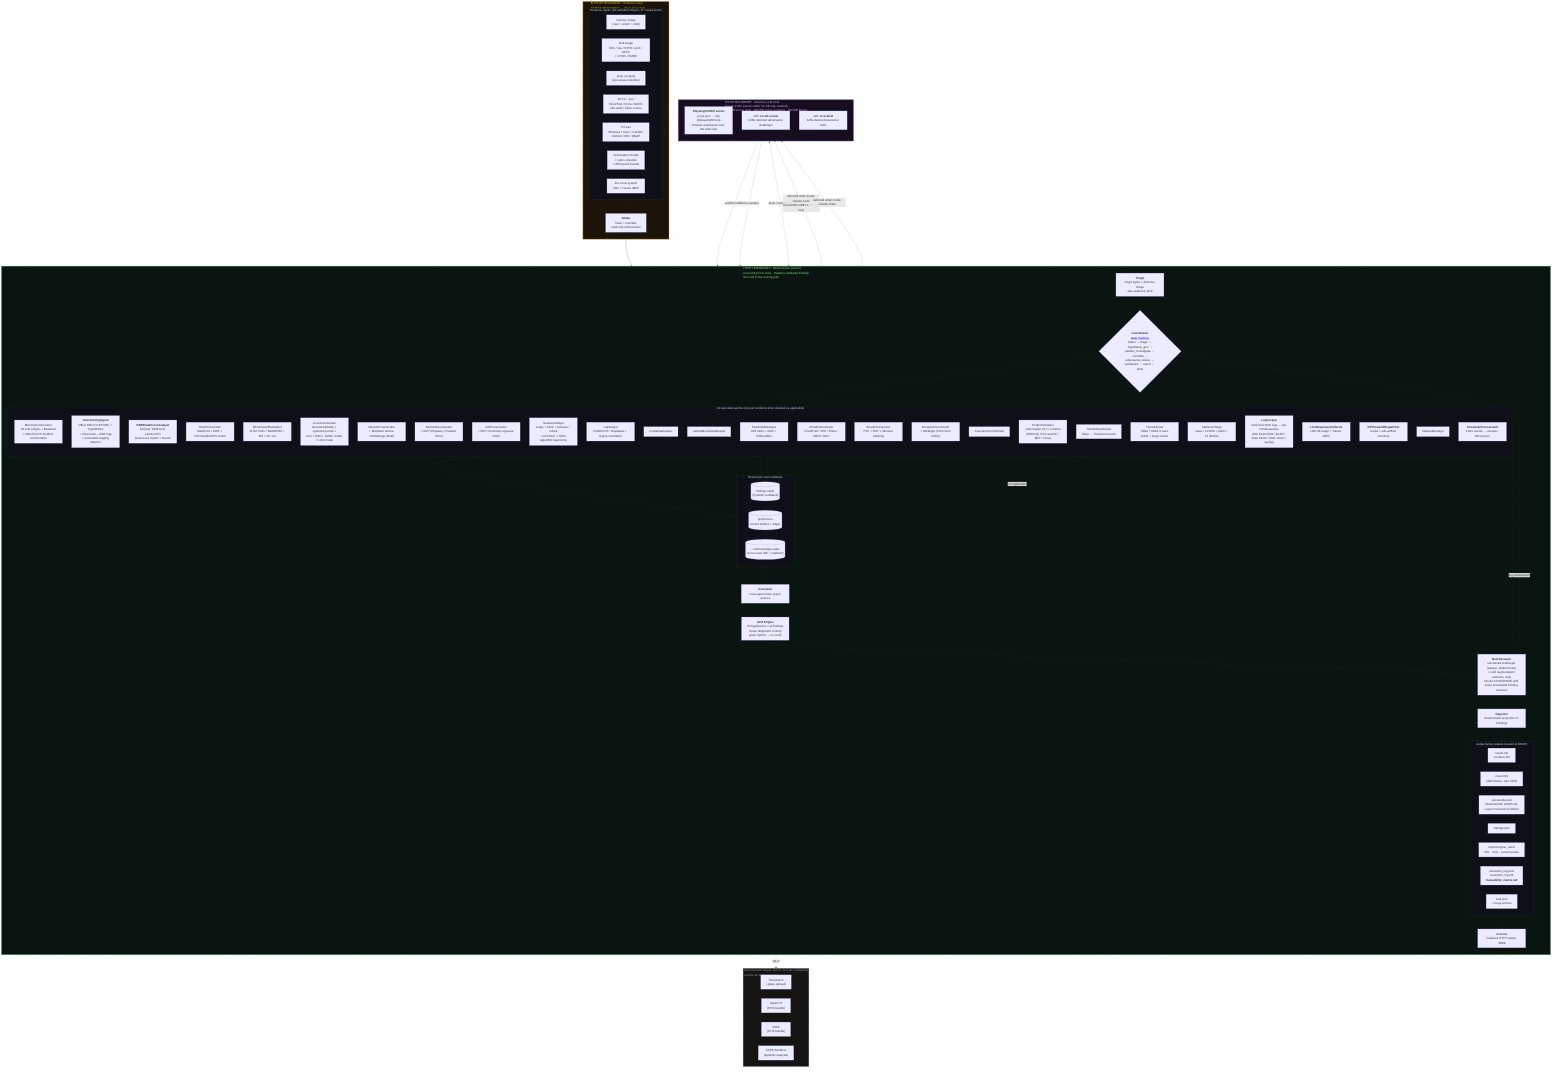
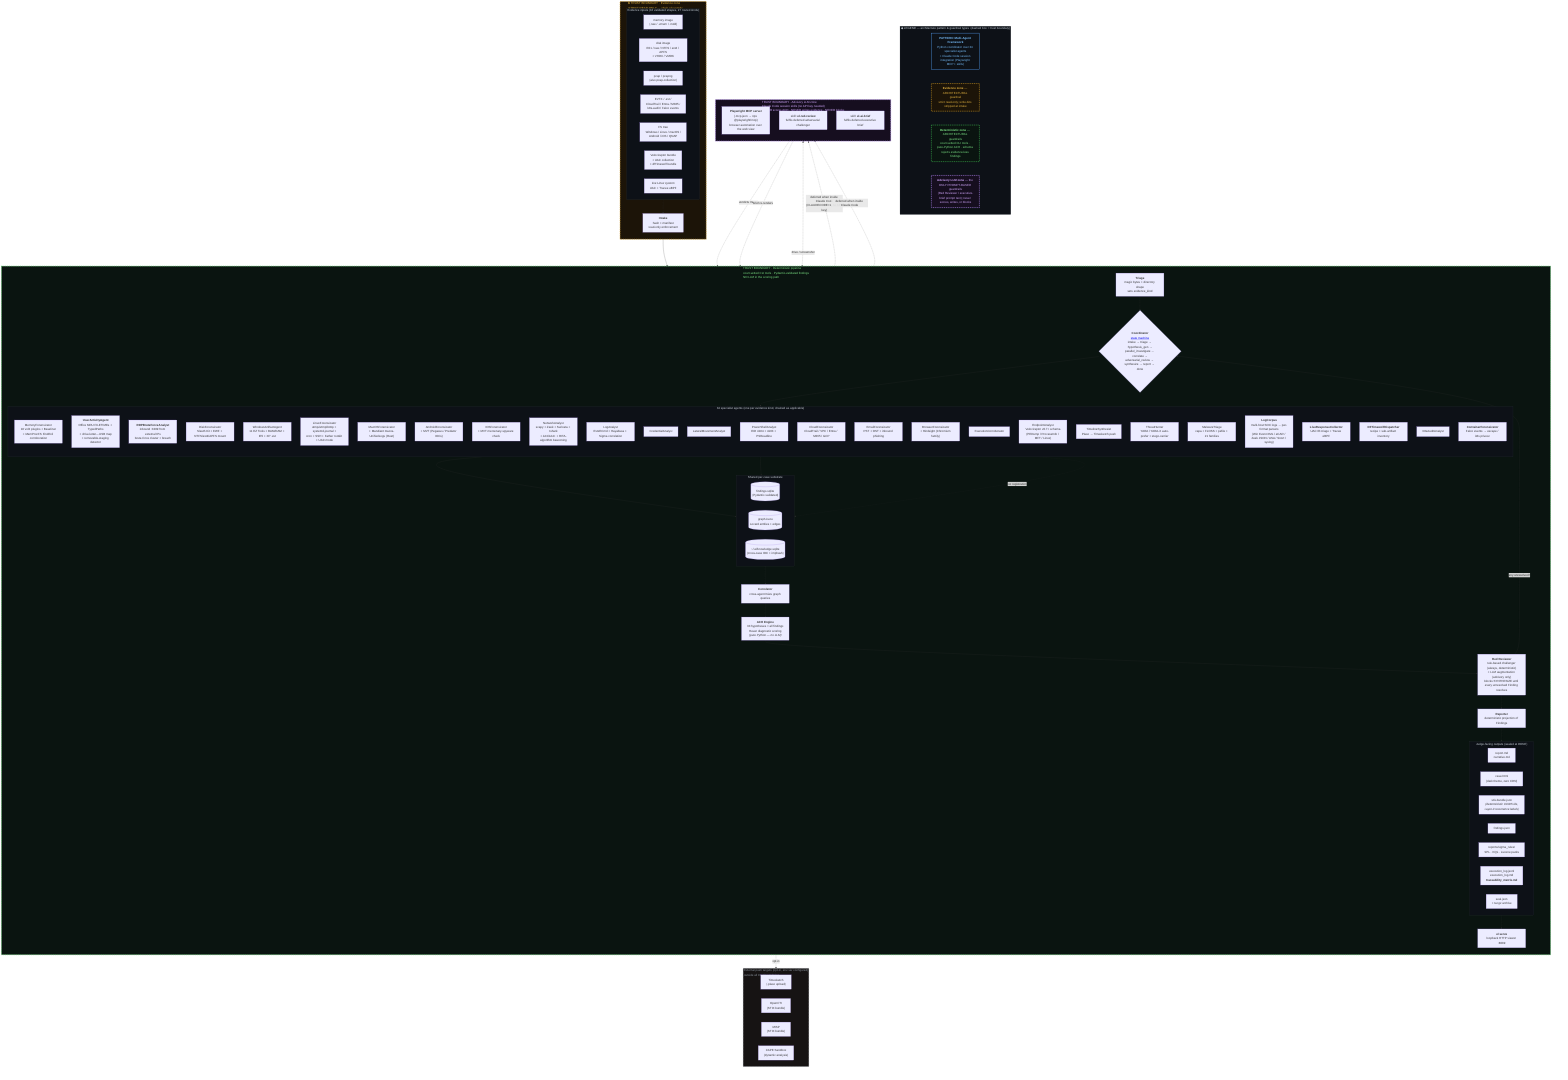
flowchart TB
    %% ============ ARCHITECTURAL TRUST BOUNDARIES (dashed boxes) ============
    %% Crossing a dashed border = crossing a trust boundary.
    %% These are ARCHITECTURAL guardrails enforced in code (intake strips
    %% write-bits; ACH is pure Python; the LLM never scores/writes/blocks),
    %% NOT prompt-text guardrails.
+ 
+     subgraph LEGEND["◆ LEGEND — architecture pattern &amp; guardrail types &nbsp;(dashed box = trust boundary)"]
+         direction TB
+         L_PAT["<b>PATTERN: Multi-Agent Framework</b><br/>Python coordinator over 34 specialist agents<br/>+ Claude Code session integration (Playwright MCP + skills)"]
+         L_EVID["<b>Evidence zone</b> — ARCHITECTURAL guardrail<br/>strict read-only; write-bits stripped at intake"]
+         L_DET["<b>Deterministic zone</b> — ARCHITECTURAL guardrails<br/>court-vetted CLI tools · pure-Python ACH · schema rejects evidence-less findings"]
+         L_LLM["<b>Advisory LLM zone</b> — the ONLY PROMPT-BASED guardrails<br/>(Red Reviewer / executive-brief prompt text); never scores, writes, or blocks"]
+         L_PAT ~~~ L_EVID ~~~ L_DET ~~~ L_LLM
+     end

    subgraph ZONE_EVID["🔒 TRUST BOUNDARY · Evidence zone<br/>STRICT READ-ONLY — chain of custody<br/>(write-bits stripped at intake; originals never modified)"]
        direction TB
        subgraph INPUTS["Evidence inputs (16 validated shapes, 27 routed kinds)"]
            direction LR
            IN_MEM["memory image<br/>(.raw / .vmem / .mdd)"]
            IN_DISK["disk image<br/>E01 / raw / NTFS / ext4 / APFS<br/>+ VHDX / VMDK"]
            IN_PCAP["pcap / pcapng<br/>(also pcap-collection)"]
            IN_LOG["EVTX / .evt /<br/>CloudTrail / Entra / M365 /<br/>k8s-audit / Falco events"]
            IN_FS["FS tree<br/>Windows / Linux / macOS /<br/>Android / iOS / QNAP"]
            IN_VELO["Velociraptor bundle<br/>+ UAC collection<br/>+ dfTimewolf bundle"]
            IN_LIVE["<i>live Linux system</i><br/>UAC + Tracee eBPF"]
        end
        INTAKE["<b>Intake</b><br/>hash + manifest<br/>read-only enforcement"]
        INPUTS --> INTAKE
    end

    subgraph ZONE_DET["TRUST BOUNDARY · Deterministic pipeline<br/>court-vetted CLI tools · Pydantic-validated findings<br/>NO LLM in the scoring path"]
        direction TB
        TRIAGE["<b>Triage</b><br/>magic bytes + directory shape<br/>sets evidence_kind"]
        COORD{"<b>Coordinator</b><br/><a href='docs/state-machine.md'>state machine</a><br/>intake → triage → hypothesis_gen →<br/>parallel_investigate → correlate →<br/>adversarial_review → synthesize → report → done"}
        TRIAGE --> COORD

        subgraph AGENTS["34 specialist agents (one per evidence kind, chained as applicable)"]
            direction TB
            A_MEM["MemoryForensicator<br/>18 vol3 plugins + Baseliner<br/>+ MemProcFS FindEvil corroboration"]
            A_USR["<b>UserActivityAgent</b><br/>Office MRU FILETIMEs + TypedPaths<br/>+ drive-letter↔USB map<br/>+ removable-staging detector"]
            A_RDP["<b>RDPBruteForceAnalyst</b><br/>inbound :3389 from external IPs<br/>brute-force cluster + breach"]
            A_DISK["DiskForensicator<br/>Sleuth Kit + EWF + NTFS/ext4/APFS mount"]
            A_WIN["WindowsArtifactAgent<br/>11 EZ Tools + BAM/DAM + IE5 + XP .evt"]
            A_LIN["LinuxForensicator<br/>utmp/wtmp/btmp + systemd-journal +<br/>cron + SSH + Father rootkit + UAC mode"]
            A_MAC["MacOSForensicator<br/>+ Mandiant macos-UnifiedLogs (Rust)"]
            A_AND["AndroidForensicator<br/>+ MVT (Pegasus / Predator IOCs)"]
            A_IOS["IOSForensicator<br/>+ MVT mercenary-spyware check"]
            A_NET["NetworkAnalyst<br/>scapy + Zeek + Suricata + tshark<br/>+ JA3/JA4+ + RITA-algorithm beaconing"]
            A_LOG["LogAnalyst<br/>EvtxECmd + Hayabusa + Sigma correlation"]
            A_CRED["CredentialAnalyst"]
            A_LAT["LateralMovementAnalyst"]
            A_PS["PowerShellAnalyst<br/>EID 4104 + 4103 + PSReadline"]
            A_CLOUD["CloudForensicator<br/>CloudTrail / VPC / Entra / M365 / GCP"]
            A_MAIL["EmailForensicator<br/>PST + OST + inbound phishing"]
            A_BROWSE["BrowserForensicator<br/>+ Hindsight (Chromium family)"]
            A_EXEC["ExecutionCorroborator"]
            A_ENDP["EndpointAnalyst<br/>Velociraptor v0.7+ schema<br/>(PEDump / ProcessInfo / MFT / Linux)"]
            A_TIME["TimelineSynthesist<br/>Plaso → Timesketch push"]
            A_HUNT["ThreatHunter<br/>YARA / YARA-X auto-prefer + stego-carrier"]
            A_MAL["MalwareTriage<br/>capa + FLOSS + pefile + 21 families"]
            A_LOGC["<b>LogCorpus</b><br/>multi-host SOC logs → per-format parsers<br/>(Win Event XML / eCAR / Zeek JSON / ASA / Snort / syslog)"]
            A_LIVE["<b>LiveResponseCollector</b><br/>UAC IR-triage + Tracee eBPF"]
            A_DFTW["<b>DFTimewolfDispatcher</b><br/>recipe + sub-artifact inventory"]
            A_K8S["K8sAuditAnalyst"]
            A_CONT["<b>ContainerForensicator</b><br/>Falco events → escape / k8s privesc"]
        end
        COORD --> AGENTS

        subgraph SHARED["Shared per-case substrate"]
            direction LR
            LEDGER[("findings.sqlite<br/>(Pydantic-validated)")]
            GRAPH[("graph.kuzu<br/>Locard entities + edges")]
            KNOW[("~/.el/knowledge.sqlite<br/>(cross-case IOC + imphash)")]
        end
        AGENTS --> LEDGER
        AGENTS --> GRAPH
        AGENTS -. ioc registration .-> KNOW

        CORR["<b>Correlator</b><br/>cross-agent Kùzu graph queries"]
        ACH["<b>ACH Engine</b><br/>33 hypotheses × all findings<br/>Heuer diagnostic scoring<br/><i>(pure Python — no LLM)</i>"]
        RED["<b>Red Reviewer</b><br/>rule-based challenger (always, deterministic)<br/>+ LLM augmentation (advisory only)<br/>blocks SYNTHESIZE until every unresolved Finding resolves"]
        LEDGER --> CORR --> ACH --> RED
        RED -- "any unresolved?" --> COORD

        REPORT["<b>Reporter</b><br/>deterministic projection of Findings"]
        RED --> REPORT

        subgraph OUT["Judge-facing outputs (sealed at DONE)"]
            direction LR
            O_MD["report.md<br/>narrative.md"]
            O_HTML["case.html<br/>(dark theme, zero CDN)"]
            O_STIX["stix-bundle.json<br/><i>(deterministic UUID5 ids,<br/>Layer-3 recurrence labels)</i>"]
            O_JSON["findings.json"]
            O_SIGMA["reports/sigma_rules/<br/>SPL · KQL · Lucene packs"]
            O_EXEC["execution_log.jsonl<br/>execution_log.md<br/><b>traceability_matrix.md</b>"]
            O_SEAL["seal.json<br/>+ tar.gz archive"]
        end
        REPORT --> OUT

        SERVE["<b>el serve</b><br/>loopback HTTP viewer :8089"]
        O_HTML --> SERVE
    end

    INTAKE --> TRIAGE

    subgraph ZONE_LLM["TRUST BOUNDARY · Advisory LLM zone<br/>Claude Code session skills (no API key needed)<br/>NEVER scores ACH · NEVER writes evidence · NEVER blocks"]
        direction TB
        MCP["<b>Playwright MCP server</b><br/>(.mcp.json → npx @playwright/mcp)<br/>browser automation over the web view"]
        SKILL_RR["skill: <b>el-red-review</b><br/>fulfils deferred adversarial challenger"]
        SKILL_AI["skill: <b>el-ai-brief</b><br/>fulfils deferred executive brief"]
    end

    subgraph PUSH["External push targets (opt-in, env-var configured)<br/>outside all trust boundaries"]
        direction LR
        P_TS["Timesketch<br/>(.plaso upload)"]
        P_OCTI["OpenCTI<br/>(STIX bundle)"]
        P_MISP["MISP<br/>(STIX bundle)"]
        P_CAPE["CAPE Sandbox<br/>(dynamic analysis)"]
    end

    REPORT -. opt-in .-> PUSH
    SERVE <-. drive / screenshot .-> MCP
    RED -. "deferred when inside Claude Code<br/>(CLAUDECODE=1, no API key)" .-> SKILL_RR
    REPORT -. "deferred when inside Claude Code" .-> SKILL_AI
    SKILL_RR -. verdicts merge .-> LEDGER
    SKILL_AI -. brief re-renders .-> REPORT

    classDef sub fill:#0d1117,stroke:#30363d,color:#c9d1d9
    classDef zoneEvid fill:#1c1408,stroke:#d29922,stroke-width:3px,stroke-dasharray:6 4,color:#e3b341
    classDef zoneDet fill:#0a1410,stroke:#3fb950,stroke-width:3px,stroke-dasharray:6 4,color:#7ee787
    classDef zoneLLM fill:#160e1f,stroke:#bc8cff,stroke-width:3px,stroke-dasharray:6 4,color:#d2a8ff
    classDef zoneExt fill:#161313,stroke:#8b949e,stroke-width:2px,stroke-dasharray:4 4,color:#8b949e
-     class INPUTS,AGENTS,SHARED,OUT sub
+     classDef legendPat fill:#0d1117,stroke:#58a6ff,stroke-width:2px,color:#79c0ff
+     class INPUTS,AGENTS,SHARED,OUT,LEGEND sub
    class ZONE_EVID zoneEvid
    class ZONE_DET zoneDet
    class ZONE_LLM zoneLLM
    class PUSH zoneExt
+     class L_PAT legendPat
+     class L_EVID zoneEvid
+     class L_DET zoneDet
+     class L_LLM zoneLLM
